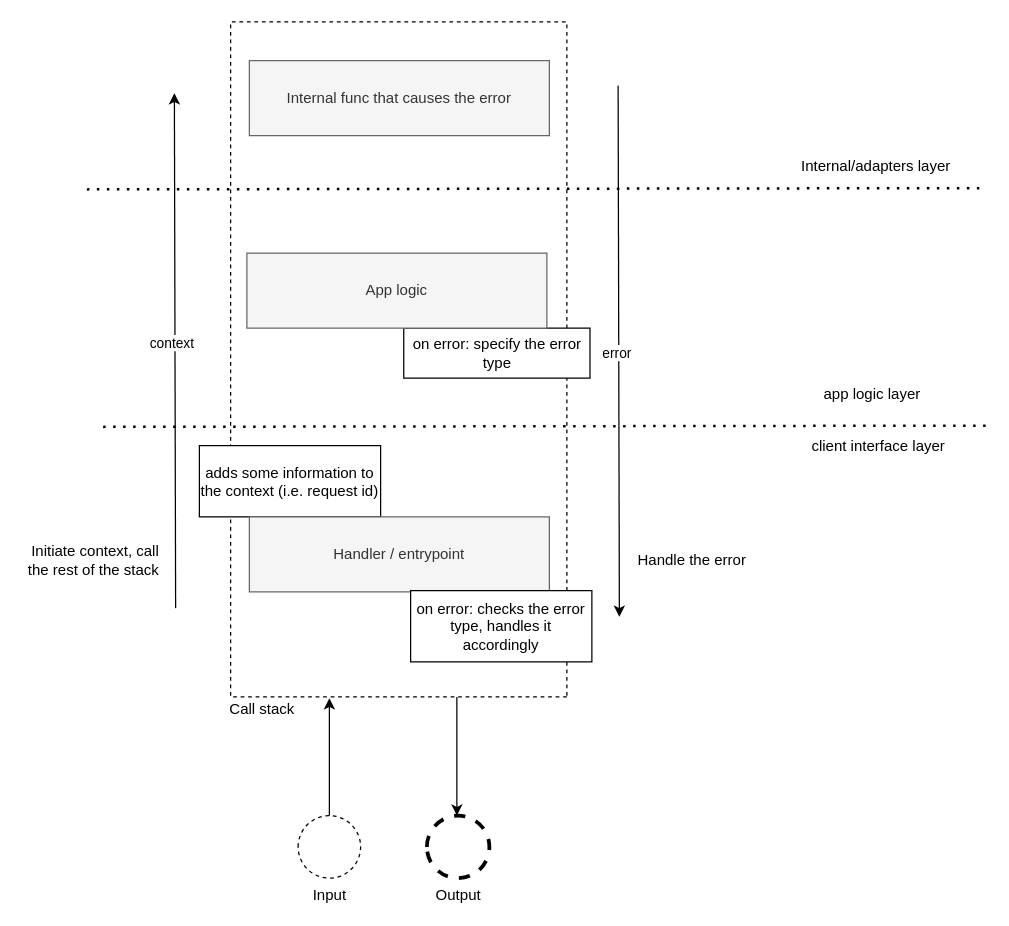
nglogic/errors keeps this draw.io diagram as docs/errors.drawio. Above is the earlier version. Source tidied: cells renumbered, new cells numbered last; positions are measured from the earlier drawing's top-left corner, leaving out a move shared by most shapes. Both pictures are drawn from the tidied source at 125%, with x=0, y=0 at pixel (21, 21).
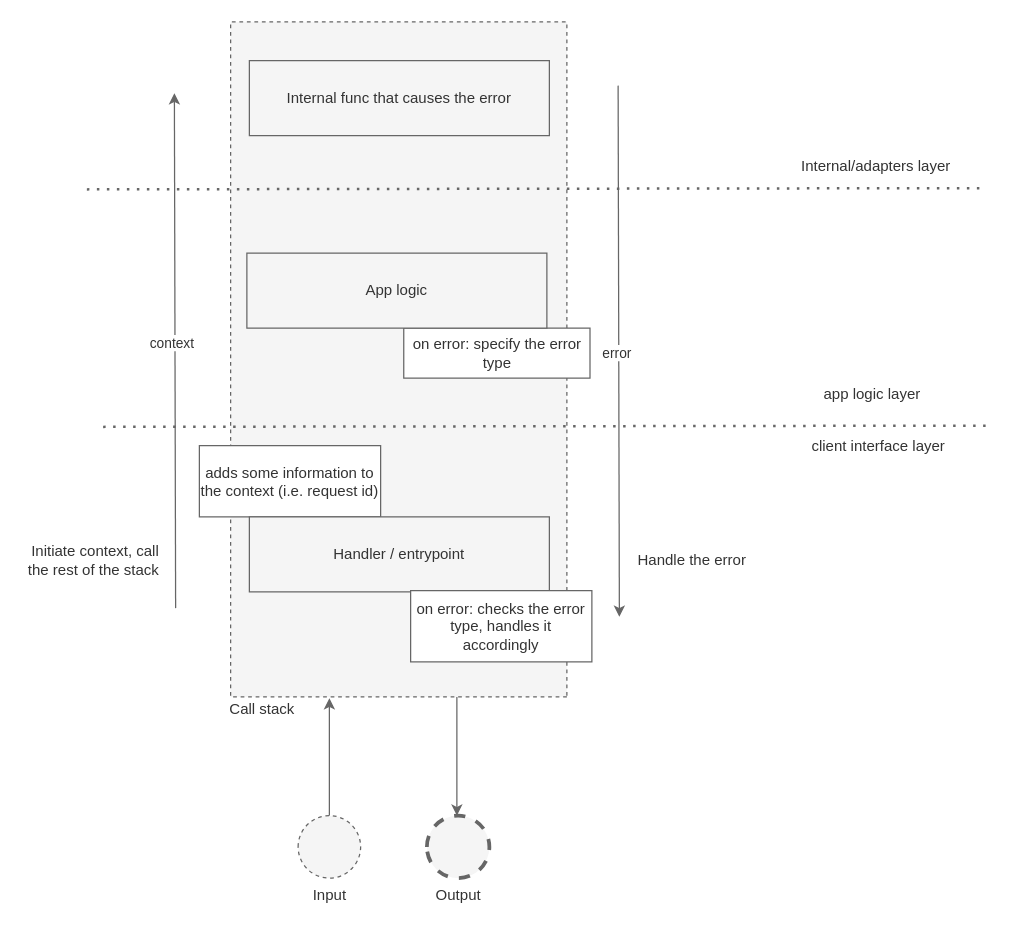
Above is the later version.

Commit message (it also covers changes not shown here):
Fix diagram colors

The edit, as a diff of the source:
```diff
@@
-<mxGraphModel>
+<mxGraphModel background="#ffffff">
@@
-    <mxCell id="2" style="edgeStyle=orthogonalEdgeStyle;rounded=0;jettySize=auto;html=1;" parent="1" edge="1" target="24">
+    <mxCell id="2" style="edgeStyle=orthogonalEdgeStyle;rounded=0;jettySize=auto;html=1;strokeColor=#666666;" parent="1" edge="1" target="24">
       <mxGeometry relative="1" as="geometry">
         <mxPoint x="348" y="540" as="sourcePoint" />
         <Array as="points">
           <mxPoint x="348" y="570" />
           <mxPoint x="348" y="570" />
         </Array>
       </mxGeometry>
     </mxCell>
-    <mxCell id="3" style="rounded=0;whiteSpace=wrap;html=1;dashed=1;direction=west;" parent="1" vertex="1">
+    <mxCell id="3" style="rounded=0;whiteSpace=wrap;html=1;dashed=1;direction=west;fillColor=#f5f5f5;strokeColor=#666666;fontColor=#333333;" parent="1" vertex="1">
       <mxGeometry x="167" width="269" height="540" as="geometry" />
     </mxCell>
-    <mxCell id="4" value="on error: specify the error type" style="rounded=0;whiteSpace=wrap;html=1;direction=west;" parent="1" vertex="1">
+    <mxCell id="4" value="on error: specify the error type" style="rounded=0;whiteSpace=wrap;html=1;direction=west;fontColor=#333333;strokeColor=#666666;fillColor=#FFFFFF;" parent="1" vertex="1">
       <mxGeometry x="305.5" y="245" width="149" height="40" as="geometry" />
     </mxCell>
@@
-    <mxCell id="6" value="adds some information to the context (i.e. request id)" style="rounded=0;whiteSpace=wrap;html=1;direction=west;" parent="1" vertex="1">
+    <mxCell id="6" value="adds some information to the context (i.e. request id)" style="rounded=0;whiteSpace=wrap;html=1;direction=west;fontColor=#333333;strokeColor=#666666;fillColor=#FFFFFF;" parent="1" vertex="1">
       <mxGeometry x="142" y="339" width="145" height="57" as="geometry" />
     </mxCell>
-    <mxCell id="7" value="Handler / entrypoint" style="rounded=0;whiteSpace=wrap;html=1;fillColor=#f5f5f5;strokeColor=#666666;fontColor=#333333;direction=west;" parent="1" vertex="1">
+    <mxCell id="7" value="Handler / entrypoint" style="rounded=0;whiteSpace=wrap;html=1;fillColor=#f5f5f5;fontColor=#333333;direction=west;strokeColor=#666666;" parent="1" vertex="1">
       <mxGeometry x="182" y="396" width="240" height="60" as="geometry" />
     </mxCell>
-    <mxCell id="8" style="endArrow=classic;html=1;" parent="1" edge="1">
+    <mxCell id="8" style="endArrow=classic;html=1;strokeColor=#666666;" parent="1" edge="1">
       <mxGeometry relative="1" as="geometry">
         <mxPoint x="477" y="51" as="sourcePoint" />
         <mxPoint x="478" y="476" as="targetPoint" />
       </mxGeometry>
     </mxCell>
-    <mxCell id="9" value="error" style="edgeLabel;html=1;align=center;verticalAlign=middle;direction=west;" parent="8" vertex="1">
+    <mxCell id="9" value="error" style="edgeLabel;html=1;align=center;verticalAlign=middle;direction=west;fontColor=#333333;labelBackgroundColor=#ffffff;" parent="8" vertex="1">
       <mxGeometry x="-0.07" y="1" relative="1" as="geometry">
         <mxPoint x="-3" y="16" as="offset" />
       </mxGeometry>
     </mxCell>
-    <mxCell id="10" style="endArrow=classic;html=1;" parent="1" edge="1">
+    <mxCell id="10" style="endArrow=classic;html=1;strokeColor=#666666;" parent="1" edge="1">
       <mxGeometry relative="1" as="geometry">
         <mxPoint x="123" y="469" as="sourcePoint" />
         <mxPoint x="122" y="57" as="targetPoint" />
       </mxGeometry>
     </mxCell>
-    <mxCell id="11" value="context" style="edgeLabel;html=1;align=center;verticalAlign=middle;direction=west;" parent="10" vertex="1">
+    <mxCell id="11" value="context" style="edgeLabel;html=1;align=center;verticalAlign=middle;direction=west;fontColor=#333333;labelBackgroundColor=#ffffff;" parent="10" vertex="1">
       <mxGeometry x="-0.07" y="1" relative="1" as="geometry">
         <mxPoint x="-2" y="-21" as="offset" />
       </mxGeometry>
     </mxCell>
-    <mxCell id="12" value="Handle the error" style="text;html=1;strokeColor=none;fillColor=none;align=left;verticalAlign=middle;whiteSpace=wrap;rounded=0;direction=west;" parent="1" vertex="1">
+    <mxCell id="12" value="Handle the error" style="text;html=1;strokeColor=none;fillColor=none;align=left;verticalAlign=middle;whiteSpace=wrap;rounded=0;direction=west;fontColor=#333333;" parent="1" vertex="1">
       <mxGeometry x="491" y="416" width="231" height="30" as="geometry" />
     </mxCell>
-    <mxCell id="13" value="Initiate context, call the rest of the stack" style="text;html=1;strokeColor=none;fillColor=none;align=right;verticalAlign=middle;whiteSpace=wrap;rounded=0;direction=west;" parent="1" vertex="1">
+    <mxCell id="13" value="Initiate context, call the rest of the stack" style="text;html=1;strokeColor=none;fillColor=none;align=right;verticalAlign=middle;whiteSpace=wrap;rounded=0;direction=west;fontColor=#333333;" parent="1" vertex="1">
       <mxGeometry y="410.5" width="112" height="41" as="geometry" />
     </mxCell>
-    <mxCell id="14" style="endArrow=none;dashed=1;html=1;dashPattern=1 3;strokeWidth=2;" parent="1" edge="1">
+    <mxCell id="14" style="endArrow=none;dashed=1;html=1;dashPattern=1 3;strokeWidth=2;strokeColor=#666666;" parent="1" edge="1">
       <mxGeometry relative="1" as="geometry">
         <mxPoint x="65" y="324" as="sourcePoint" />
         <mxPoint x="771" y="323" as="targetPoint" />
       </mxGeometry>
     </mxCell>
-    <mxCell id="15" style="endArrow=none;dashed=1;html=1;dashPattern=1 3;strokeWidth=2;" parent="1" edge="1">
+    <mxCell id="15" style="endArrow=none;dashed=1;html=1;dashPattern=1 3;strokeWidth=2;strokeColor=#666666;" parent="1" edge="1">
       <mxGeometry relative="1" as="geometry">
         <mxPoint x="52" y="134" as="sourcePoint" />
         <mxPoint x="766" y="133" as="targetPoint" />
       </mxGeometry>
     </mxCell>
-    <mxCell id="16" value="Internal/adapters layer" style="text;html=1;strokeColor=none;fillColor=none;align=center;verticalAlign=middle;whiteSpace=wrap;rounded=0;direction=west;" parent="1" vertex="1">
+    <mxCell id="16" value="Internal/adapters layer" style="text;html=1;strokeColor=none;fillColor=none;align=center;verticalAlign=middle;whiteSpace=wrap;rounded=0;direction=west;fontColor=#333333;" parent="1" vertex="1">
       <mxGeometry x="611" y="88" width="145" height="56" as="geometry" />
     </mxCell>
-    <mxCell id="17" value="app logic layer" style="text;html=1;strokeColor=none;fillColor=none;align=center;verticalAlign=middle;whiteSpace=wrap;rounded=0;direction=west;" parent="1" vertex="1">
+    <mxCell id="17" value="app logic layer" style="text;html=1;strokeColor=none;fillColor=none;align=center;verticalAlign=middle;whiteSpace=wrap;rounded=0;direction=west;fontColor=#333333;" parent="1" vertex="1">
       <mxGeometry x="608" y="270" width="145" height="56" as="geometry" />
     </mxCell>
-    <mxCell id="18" value="client interface layer" style="text;html=1;strokeColor=none;fillColor=none;align=center;verticalAlign=middle;whiteSpace=wrap;rounded=0;direction=west;" parent="1" vertex="1">
+    <mxCell id="18" value="client interface layer" style="text;html=1;strokeColor=none;fillColor=none;align=center;verticalAlign=middle;whiteSpace=wrap;rounded=0;direction=west;fontColor=#333333;" parent="1" vertex="1">
       <mxGeometry x="613" y="312" width="145" height="56" as="geometry" />
     </mxCell>
-    <mxCell id="19" value="Call stack" style="text;html=1;strokeColor=none;fillColor=none;align=center;verticalAlign=middle;whiteSpace=wrap;rounded=0;dashed=1;direction=west;" parent="1" vertex="1">
+    <mxCell id="19" value="Call stack" style="text;html=1;strokeColor=none;fillColor=none;align=center;verticalAlign=middle;whiteSpace=wrap;rounded=0;dashed=1;direction=west;fontColor=#333333;" parent="1" vertex="1">
       <mxGeometry x="136" y="540" width="113" height="20" as="geometry" />
     </mxCell>
-    <mxCell id="20" value="on error: checks the error type, handles it accordingly" style="rounded=0;whiteSpace=wrap;html=1;direction=west;" parent="1" vertex="1">
+    <mxCell id="20" value="on error: checks the error type, handles it accordingly" style="rounded=0;whiteSpace=wrap;html=1;direction=west;fontColor=#333333;strokeColor=#666666;fillColor=#FFFFFF;" parent="1" vertex="1">
       <mxGeometry x="311" y="455" width="145" height="57" as="geometry" />
     </mxCell>
-    <mxCell id="21" value="App logic" style="rounded=0;whiteSpace=wrap;html=1;fillColor=#f5f5f5;strokeColor=#666666;fontColor=#333333;direction=west;" parent="1" vertex="1">
+    <mxCell id="21" value="App logic" style="rounded=0;whiteSpace=wrap;html=1;direction=west;fillColor=#f5f5f5;strokeColor=#666666;fontColor=#333333;" parent="1" vertex="1">
       <mxGeometry x="180" y="185" width="240" height="60" as="geometry" />
     </mxCell>
-    <mxCell id="22" style="edgeStyle=orthogonalEdgeStyle;rounded=0;jettySize=auto;html=1;" parent="1" edge="1" source="23">
+    <mxCell id="22" style="edgeStyle=orthogonalEdgeStyle;rounded=0;jettySize=auto;html=1;strokeColor=#666666;" parent="1" edge="1" source="23">
       <mxGeometry relative="1" as="geometry">
         <mxPoint x="246" y="541" as="targetPoint" />
         <Array as="points">
           <mxPoint x="246" y="541" />
         </Array>
       </mxGeometry>
     </mxCell>
-    <mxCell id="23" value="Input" style="shape=mxgraph.bpmn.shape;html=1;verticalLabelPosition=bottom;labelBackgroundColor=none;verticalAlign=top;align=center;perimeter=ellipsePerimeter;outlineConnect=0;outline=standard;symbol=general;dashed=1;direction=west;" parent="1" vertex="1">
+    <mxCell id="23" value="Input" style="shape=mxgraph.bpmn.shape;html=1;verticalLabelPosition=bottom;labelBackgroundColor=none;verticalAlign=top;align=center;perimeter=ellipsePerimeter;outlineConnect=0;outline=standard;symbol=general;dashed=1;direction=west;fontColor=#333333;fillColor=#F5F5F5;strokeColor=#666666;" parent="1" vertex="1">
       <mxGeometry x="221" y="635" width="50" height="50" as="geometry" />
     </mxCell>
-    <mxCell id="24" value="Output" style="shape=mxgraph.bpmn.shape;html=1;verticalLabelPosition=bottom;labelBackgroundColor=none;verticalAlign=top;align=center;perimeter=ellipsePerimeter;outlineConnect=0;outline=end;symbol=general;dashed=1;direction=west;" parent="1" vertex="1">
+    <mxCell id="24" value="Output" style="shape=mxgraph.bpmn.shape;html=1;verticalLabelPosition=bottom;labelBackgroundColor=none;verticalAlign=top;align=center;perimeter=ellipsePerimeter;outlineConnect=0;outline=end;symbol=general;dashed=1;direction=west;fontColor=#333333;fillColor=#F5F5F5;strokeColor=#666666;" parent="1" vertex="1">
       <mxGeometry x="324" y="635" width="50" height="50" as="geometry" />
     </mxCell>
```
